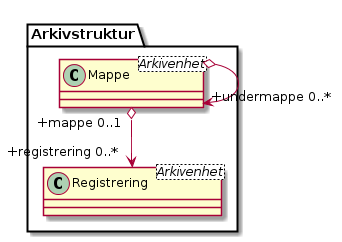
arkivverket/noark5-tjenestegrensesnitt-standard keeps this PlantUML diagram as kapitler/media/uml-assosiasjoner-brukt-med-klasser.png. Above is the earlier version.
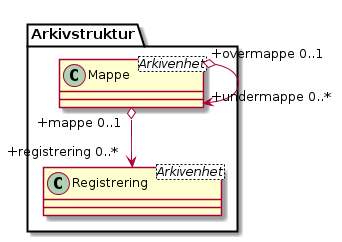
After the commit.

The edit, as a diff of the source:
```diff
@@ -2,6 +2,6 @@
 skinparam classAttributeIconSize 0
 class Arkivstruktur.Mappe <Arkivenhet>
 class Arkivstruktur.Registrering <Arkivenhet>
-Arkivstruktur.Mappe o--> "+undermappe 0..*" Arkivstruktur.Mappe
+Arkivstruktur.Mappe "+overmappe 0..1" o--> "+undermappe 0..*" Arkivstruktur.Mappe
 Arkivstruktur.Mappe "+mappe 0..1" o--> "+registrering 0..*" Arkivstruktur.Registrering
 @enduml
```
